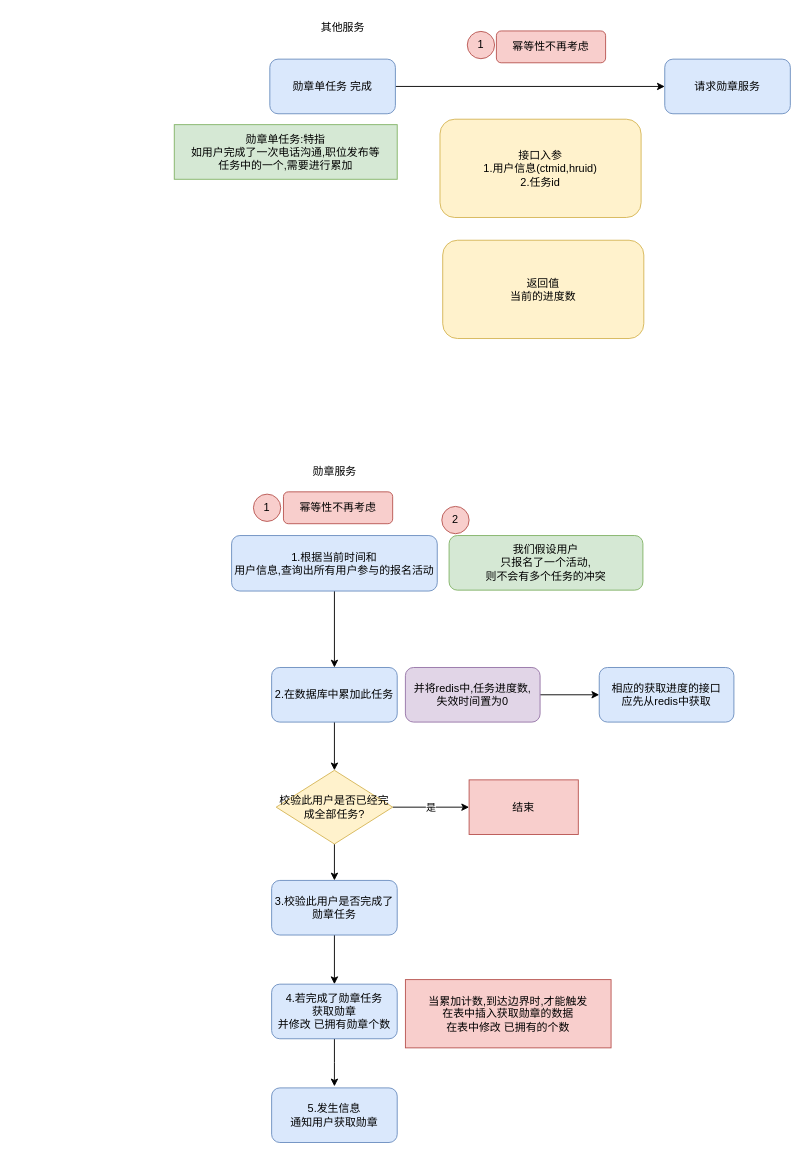
Before: page "累加任务" (2 of 3) of job51/activity_medal.drawio in yufarui/simple_picture, a draw.io diagram. Source tidied: cells renumbered, new cells numbered last; positions are measured from the earlier drawing's top-left corner, leaving out a move shared by most shapes. Both pictures are drawn from the tidied source at 91%, with x=0, y=0 at pixel (174, 15).
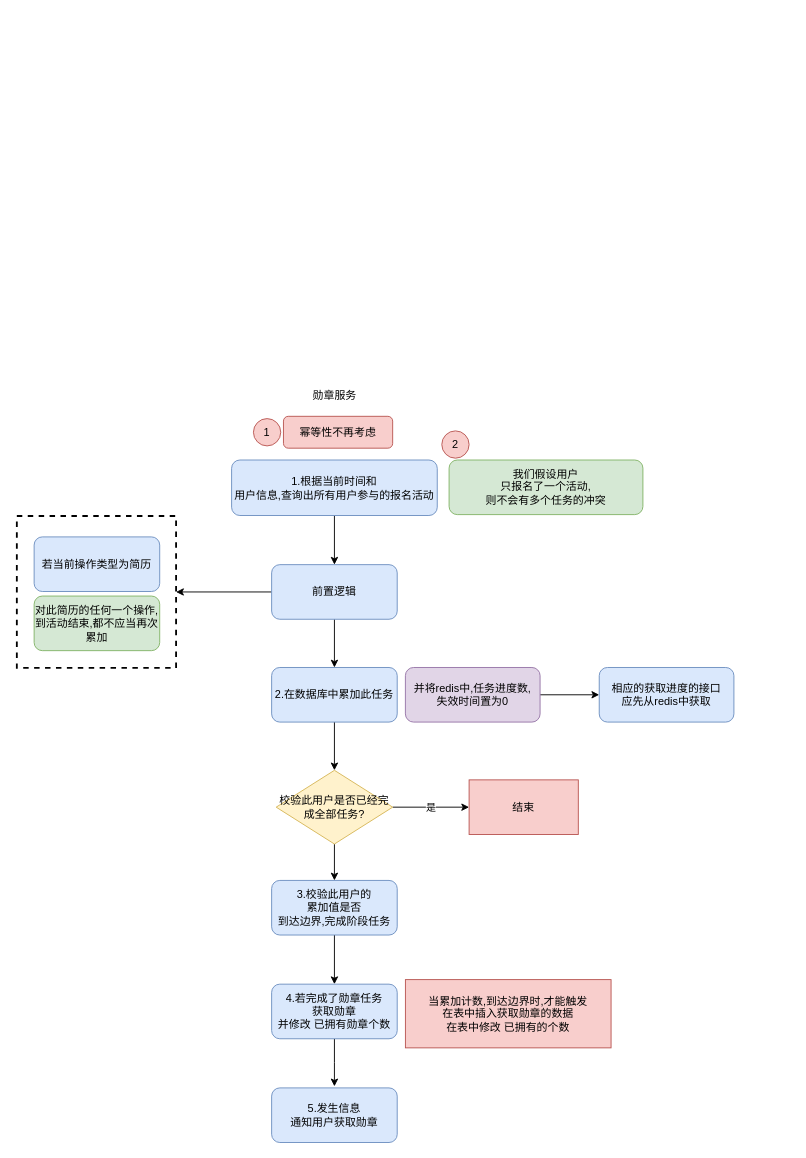
The same diagram, later.

Unchanged cells that the change refers to:
```xml
<mxCell id="8" value="2.在数据库中累加此任务" style="rounded=1;whiteSpace=wrap;html=1;fillColor=#dae8fc;strokeColor=#6c8ebf;" parent="1" vertex="1">
  <mxGeometry x="107" y="716" width="138" height="60" as="geometry" />
</mxCell>
```

Diff of the diagram source:
```diff
@@
     <mxCell id="2" value="勋章服务" style="text;html=1;align=center;verticalAlign=middle;strokeColor=none;fillColor=none;" parent="1" vertex="1">
-      <mxGeometry x="143" y="488" width="66" height="26" as="geometry" />
+      <mxGeometry x="143" y="405" width="66" height="26" as="geometry" />
     </mxCell>
-    <mxCell id="3" style="edgeStyle=orthogonalEdgeStyle;rounded=0;jettySize=auto;html=1;exitX=0.5;exitY=1;exitDx=0;exitDy=0;entryX=0.5;entryY=0;entryDx=0;entryDy=0;" parent="1" edge="1" source="4" target="8">
-      <mxGeometry relative="1" as="geometry" />
-    </mxCell>
+    <mxCell id="33" style="edgeStyle=orthogonalEdgeStyle;rounded=0;jettySize=auto;html=1;exitX=0.5;exitY=1;exitDx=0;exitDy=0;" parent="1" edge="1" source="4" target="38">
+      <mxGeometry relative="1" as="geometry" />
+    </mxCell>
     <mxCell id="4" value="1.根据当前时间和&lt;br&gt;用户信息,查询出所有用户参与的报名活动" style="rounded=1;whiteSpace=wrap;html=1;fillColor=#dae8fc;strokeColor=#6c8ebf;" parent="1" vertex="1">
-      <mxGeometry x="63" y="571" width="226" height="61" as="geometry" />
+      <mxGeometry x="63" y="488" width="226" height="61" as="geometry" />
     </mxCell>
     <mxCell id="5" value="我们假设用户&lt;br&gt;只报名了一个活动,&lt;br&gt;则不会有多个任务的冲突" style="rounded=1;whiteSpace=wrap;html=1;fillColor=#d5e8d4;strokeColor=#82b366;" parent="1" vertex="1">
-      <mxGeometry x="302" y="571" width="213" height="60" as="geometry" />
+      <mxGeometry x="302" y="488" width="213" height="60" as="geometry" />
     </mxCell>
     <mxCell id="6" value="2" style="ellipse;whiteSpace=wrap;html=1;fillColor=#f8cecc;strokeColor=#b85450;" parent="1" vertex="1">
-      <mxGeometry x="294" y="539" width="30" height="30" as="geometry" />
+      <mxGeometry x="294" y="456" width="30" height="30" as="geometry" />
     </mxCell>
@@
-    <mxCell id="12" value="3.校验此用户是否完成了勋章任务" style="rounded=1;whiteSpace=wrap;html=1;fillColor=#dae8fc;strokeColor=#6c8ebf;" parent="1" vertex="1">
+    <mxCell id="12" value="3.校验此用户的&lt;br&gt;累加值是否&lt;br&gt;到达边界,完成阶段任务" style="rounded=1;whiteSpace=wrap;html=1;fillColor=#dae8fc;strokeColor=#6c8ebf;" parent="1" vertex="1">
       <mxGeometry x="107" y="950" width="138" height="60" as="geometry" />
     </mxCell>
@@
     <mxCell id="19" value="幂等性不再考虑" style="rounded=1;whiteSpace=wrap;html=1;fillColor=#f8cecc;strokeColor=#b85450;" parent="1" vertex="1">
-      <mxGeometry x="120" y="523" width="120" height="35" as="geometry" />
+      <mxGeometry x="120" y="440" width="120" height="35" as="geometry" />
     </mxCell>
     <mxCell id="20" value="1" style="ellipse;whiteSpace=wrap;html=1;fillColor=#f8cecc;strokeColor=#b85450;" parent="1" vertex="1">
-      <mxGeometry x="87" y="525.5" width="30" height="30" as="geometry" />
+      <mxGeometry x="87" y="442.5" width="30" height="30" as="geometry" />
     </mxCell>
-    <mxCell id="21" style="edgeStyle=orthogonalEdgeStyle;rounded=0;jettySize=auto;html=1;" parent="1" edge="1" source="22" target="29">
-      <mxGeometry relative="1" as="geometry" />
-    </mxCell>
-    <mxCell id="22" value="勋章单任务 完成" style="rounded=1;whiteSpace=wrap;html=1;fillColor=#dae8fc;strokeColor=#6c8ebf;" parent="1" vertex="1">
-      <mxGeometry x="105" y="47.5" width="138" height="60" as="geometry" />
-    </mxCell>
-    <mxCell id="23" value="勋章单任务:特指&lt;br&gt;如用户完成了一次电话沟通,职位发布等&lt;br&gt;任务中的一个,需要进行累加" style="rounded=0;whiteSpace=wrap;html=1;fontSize=12;strokeColor=#82b366;fillColor=#d5e8d4;" parent="1" vertex="1">
-      <mxGeometry y="119.5" width="245" height="60" as="geometry" />
-    </mxCell>
-    <mxCell id="24" value="其他服务" style="text;html=1;align=center;verticalAlign=middle;strokeColor=none;fillColor=none;" parent="1" vertex="1">
-      <mxGeometry x="152" width="66" height="26" as="geometry" />
-    </mxCell>
-    <mxCell id="25" value="幂等性不再考虑" style="rounded=1;whiteSpace=wrap;html=1;fillColor=#f8cecc;strokeColor=#b85450;" parent="1" vertex="1">
-      <mxGeometry x="354" y="16.5" width="120" height="35" as="geometry" />
-    </mxCell>
-    <mxCell id="26" value="接口入参&lt;br&gt;1.用户信息(ctmid,hruid)&lt;br&gt;2.任务id" style="rounded=1;whiteSpace=wrap;html=1;fillColor=#fff2cc;strokeColor=#d6b656;" parent="1" vertex="1">
-      <mxGeometry x="292" y="113.5" width="221" height="108" as="geometry" />
-    </mxCell>
-    <mxCell id="27" value="返回值&lt;br&gt;当前的进度数" style="rounded=1;whiteSpace=wrap;html=1;fillColor=#fff2cc;strokeColor=#d6b656;" parent="1" vertex="1">
-      <mxGeometry x="295" y="246.5" width="221" height="108" as="geometry" />
-    </mxCell>
-    <mxCell id="28" value="1" style="ellipse;whiteSpace=wrap;html=1;fillColor=#f8cecc;strokeColor=#b85450;" parent="1" vertex="1">
-      <mxGeometry x="322" y="17" width="30" height="30" as="geometry" />
-    </mxCell>
-    <mxCell id="29" value="请求勋章服务" style="rounded=1;whiteSpace=wrap;html=1;fillColor=#dae8fc;strokeColor=#6c8ebf;" parent="1" vertex="1">
-      <mxGeometry x="539" y="47.5" width="138" height="60" as="geometry" />
-    </mxCell>
@@
+    <mxCell id="34" value="若当前操作类型为简历" style="rounded=1;whiteSpace=wrap;html=1;fillColor=#dae8fc;strokeColor=#6c8ebf;" parent="1" vertex="1">
+      <mxGeometry x="-154" y="572.5" width="138" height="60" as="geometry" />
+    </mxCell>
+    <mxCell id="35" value="对此简历的任何一个操作,&lt;br&gt;到活动结束,都不应当再次累加" style="rounded=1;whiteSpace=wrap;html=1;fillColor=#d5e8d4;strokeColor=#82b366;" parent="1" vertex="1">
+      <mxGeometry x="-154" y="637.5" width="138" height="60" as="geometry" />
+    </mxCell>
+    <mxCell id="36" style="edgeStyle=orthogonalEdgeStyle;rounded=0;jettySize=auto;html=1;exitX=0.5;exitY=1;exitDx=0;exitDy=0;entryX=0.5;entryY=0;entryDx=0;entryDy=0;" parent="1" edge="1" source="38" target="8">
+      <mxGeometry relative="1" as="geometry" />
+    </mxCell>
+    <mxCell id="37" style="edgeStyle=orthogonalEdgeStyle;rounded=0;jettySize=auto;html=1;exitX=0;exitY=0.5;exitDx=0;exitDy=0;" parent="1" edge="1" source="38" target="39">
+      <mxGeometry relative="1" as="geometry" />
+    </mxCell>
+    <mxCell id="38" value="前置逻辑" style="rounded=1;whiteSpace=wrap;html=1;fillColor=#dae8fc;strokeColor=#6c8ebf;" parent="1" vertex="1">
+      <mxGeometry x="107" y="603" width="138" height="60" as="geometry" />
+    </mxCell>
+    <mxCell id="39" style="rounded=0;whiteSpace=wrap;html=1;fillColor=none;strokeColor=#000000;strokeWidth=2;dashed=1;" parent="1" vertex="1">
+      <mxGeometry x="-173" y="549.5" width="175" height="167" as="geometry" />
+    </mxCell>
```
